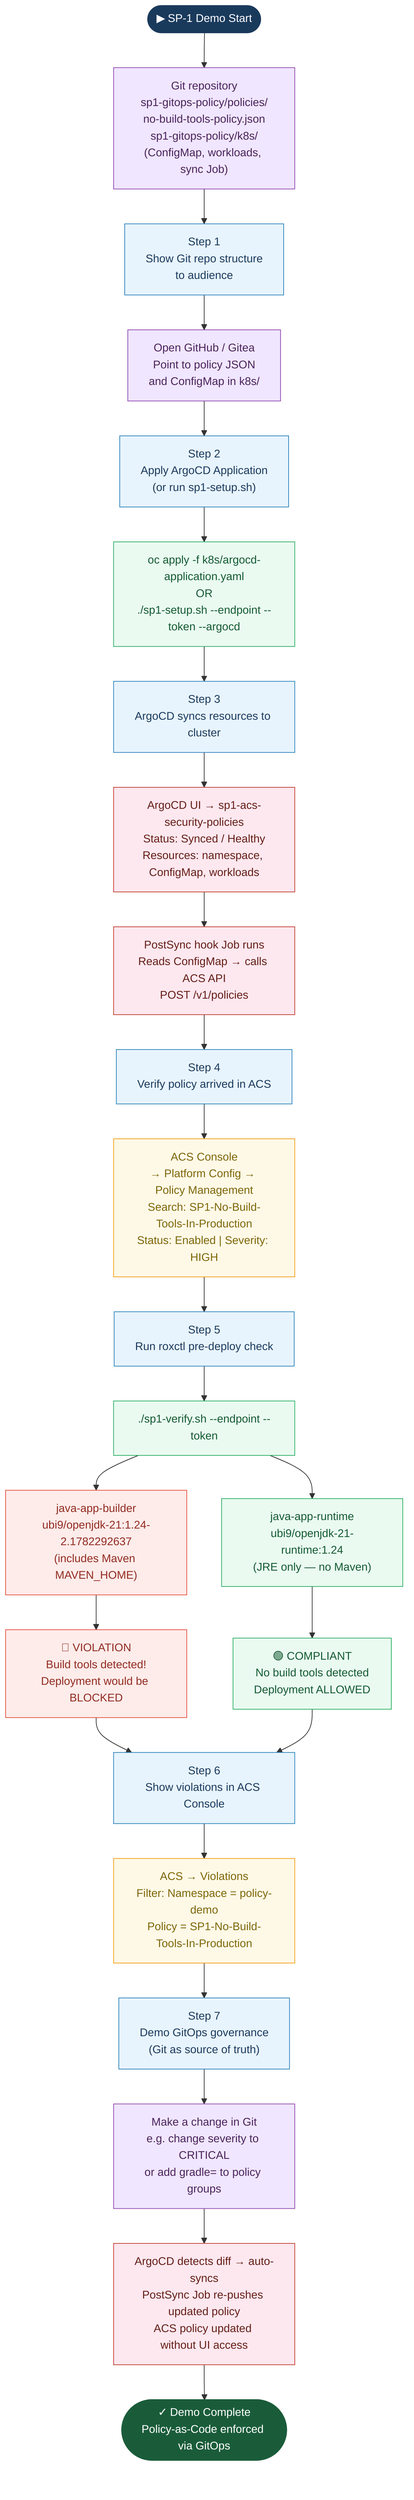
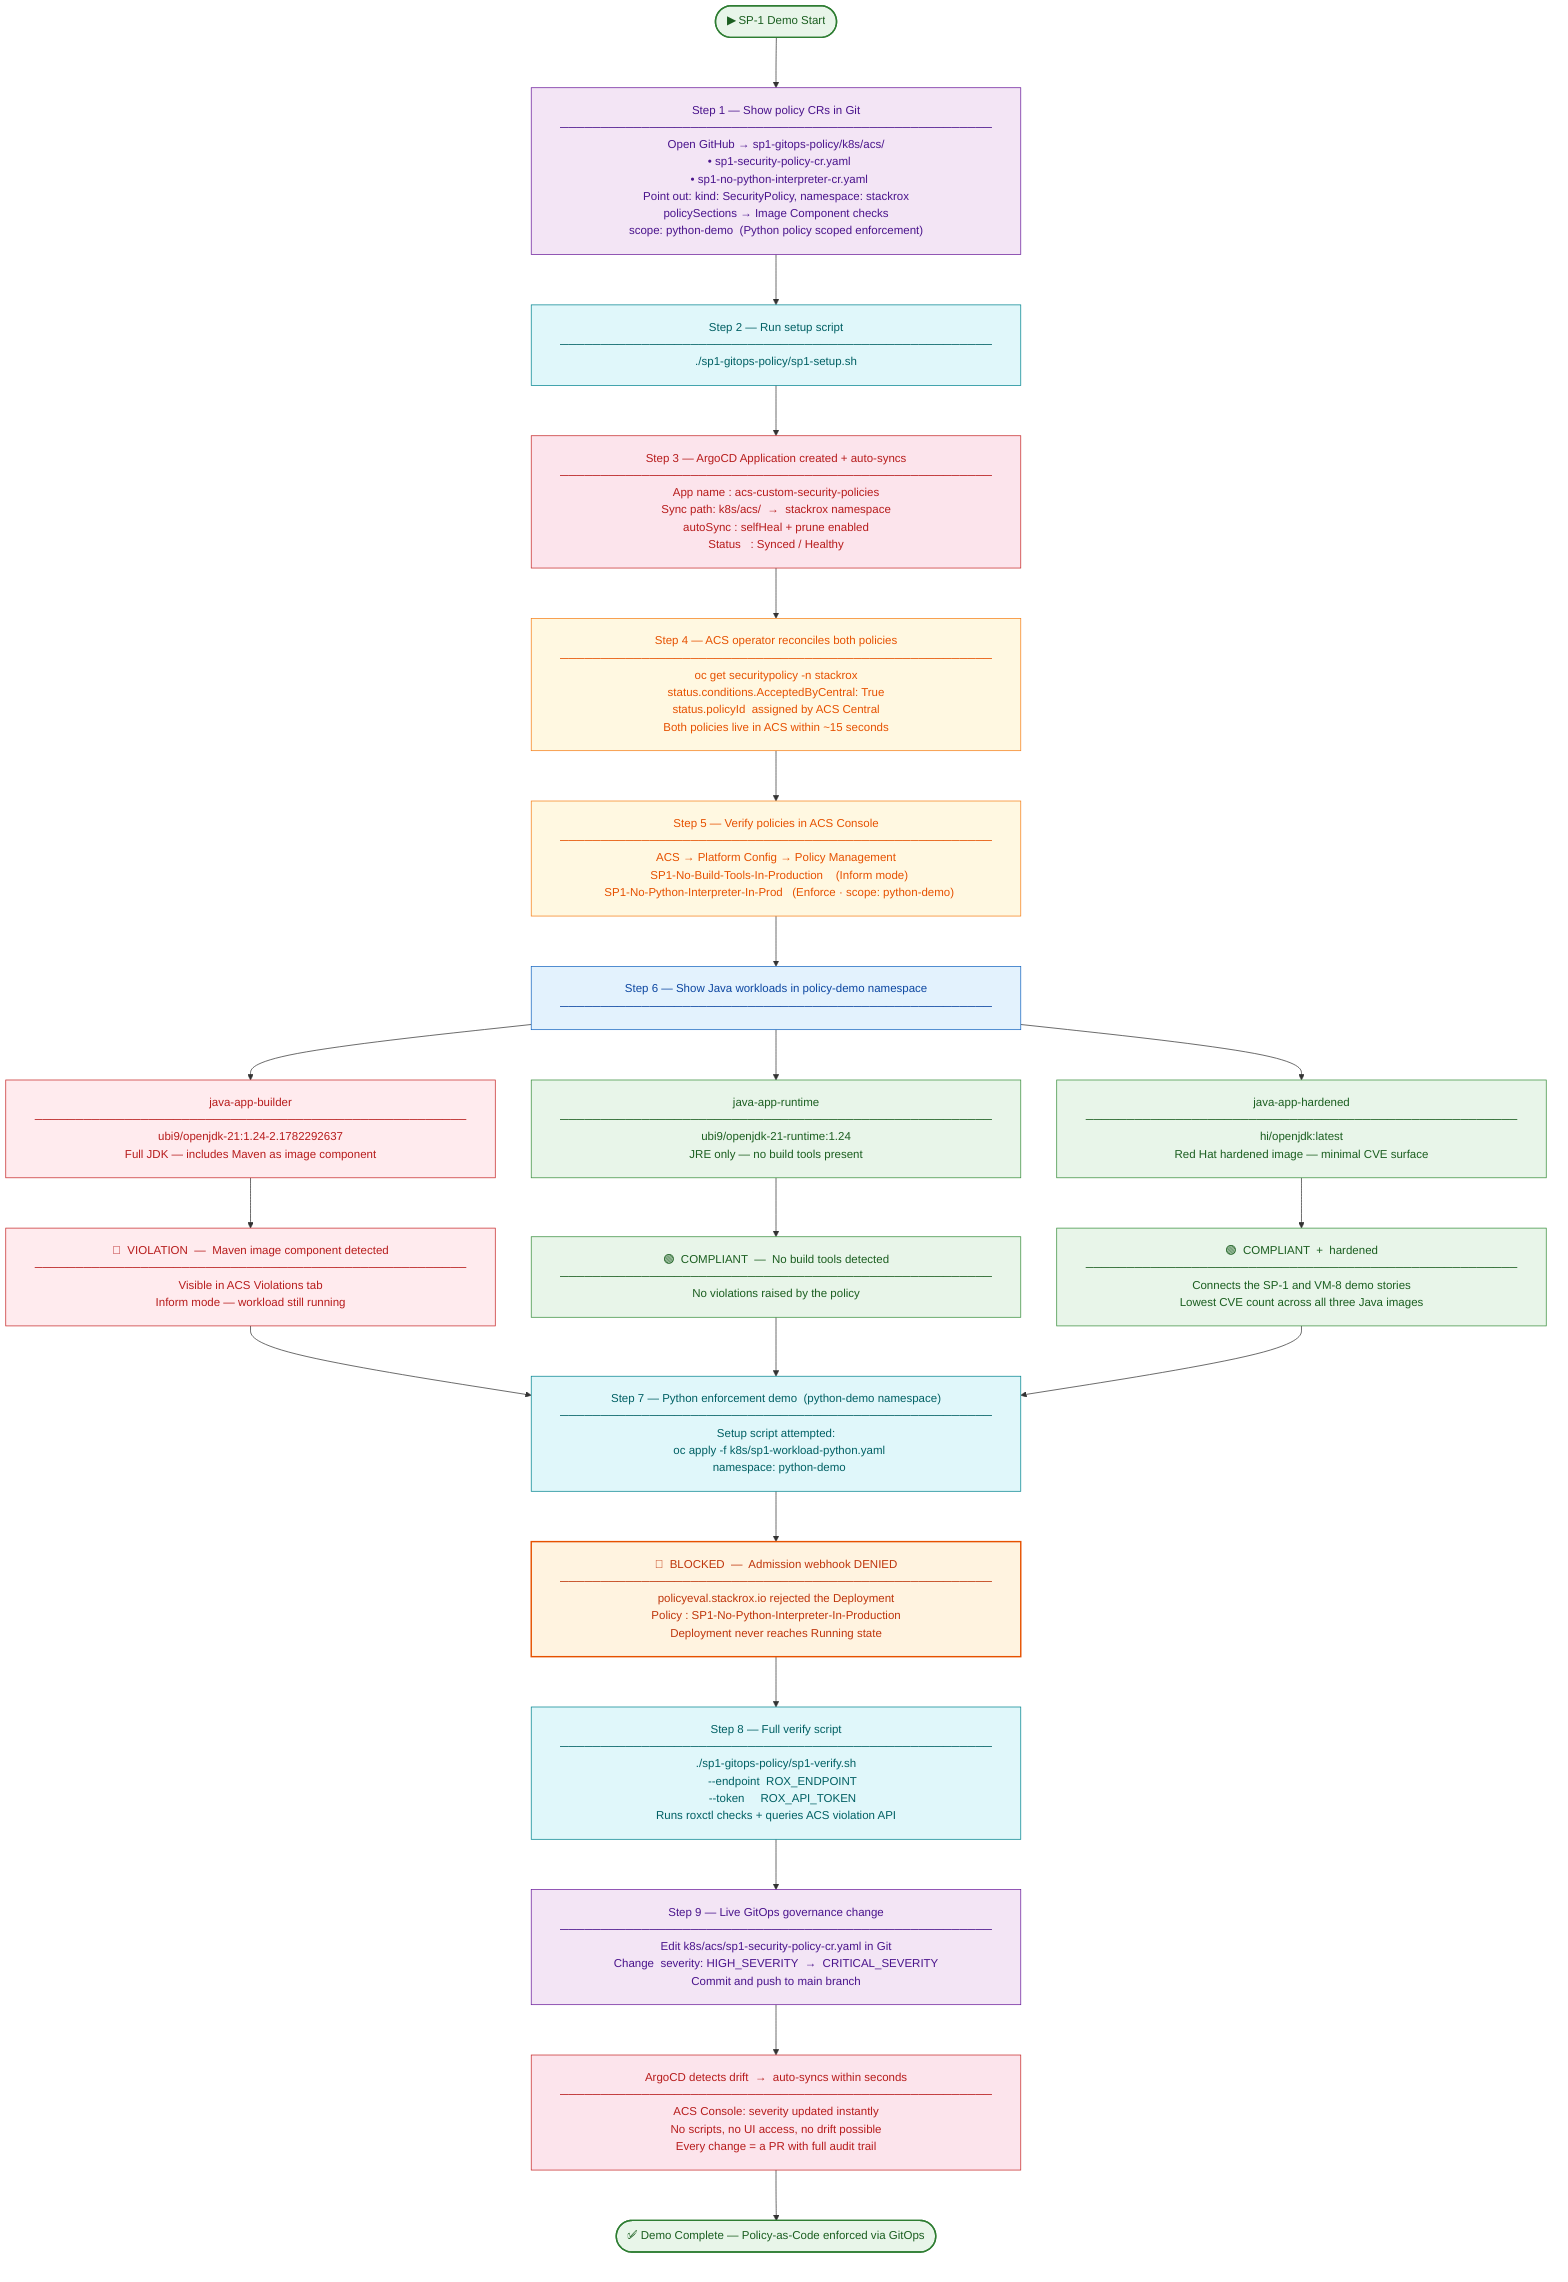
+ %%{init: {'flowchart': {'padding': 20, 'nodeSpacing': 50, 'rankSpacing': 70, 'wrappingWidth': 500}}}%%
flowchart TD
-     classDef start    fill:#1a3a5c,stroke:#1a3a5c,color:#ffffff
-     classDef step     fill:#e8f4fd,stroke:#2980b9,color:#1a3a5c
-     classDef script   fill:#eafaf1,stroke:#27ae60,color:#145a32
-     classDef acs      fill:#fef9e7,stroke:#f39c12,color:#7d6608
-     classDef git      fill:#f0e6ff,stroke:#8e44ad,color:#4a235a
-     classDef argocd   fill:#fde8f0,stroke:#c0392b,color:#641e16
-     classDef result   fill:#e8f8f5,stroke:#1abc9c,color:#0e6655
-     classDef violate  fill:#fdecea,stroke:#e74c3c,color:#922b21
-     classDef pass     fill:#eafaf1,stroke:#27ae60,color:#145a32
-     classDef done     fill:#1a5c3a,stroke:#1a5c3a,color:#ffffff
+     classDef start    fill:#e8f5e9,stroke:#2e7d32,color:#1b5e20,stroke-width:2px
+     classDef done     fill:#e8f5e9,stroke:#2e7d32,color:#1b5e20,stroke-width:2px
+     classDef step     fill:#e3f2fd,stroke:#1565c0,color:#0d47a1,stroke-width:1px
+     classDef script   fill:#e0f7fa,stroke:#00838f,color:#006064,stroke-width:1px
+     classDef acs      fill:#fff8e1,stroke:#f57f17,color:#e65100,stroke-width:1px
+     classDef git      fill:#f3e5f5,stroke:#6a1b9a,color:#4a148c,stroke-width:1px
+     classDef argocd   fill:#fce4ec,stroke:#c62828,color:#b71c1c,stroke-width:1px
+     classDef violate  fill:#ffebee,stroke:#c62828,color:#b71c1c,stroke-width:1px
+     classDef compliant fill:#e8f5e9,stroke:#388e3c,color:#1b5e20,stroke-width:1px
+     classDef blocked  fill:#fff3e0,stroke:#e65100,color:#bf360c,stroke-width:2px

-     START(["▶ SP-1 Demo Start"]):::start
+     START(["▶  SP-1 Demo Start"]):::start

-     G1["Git repository\nsp1-gitops-policy/policies/\nno-build-tools-policy.json\nsp1-gitops-policy/k8s/\n(ConfigMap, workloads, sync Job)"]:::git
+     S1["Step 1 — Show policy CRs in Git\n─────────────────────────────────────────────────────\nOpen GitHub → sp1-gitops-policy/k8s/acs/\n  • sp1-security-policy-cr.yaml\n  • sp1-no-python-interpreter-cr.yaml\nPoint out: kind: SecurityPolicy, namespace: stackrox\npolicySections → Image Component checks\nscope: python-demo  (Python policy scoped enforcement)"]:::git

-     S1["Step 1\nShow Git repo structure\nto audience"]:::step
-     S1A["Open GitHub / Gitea\nPoint to policy JSON\nand ConfigMap in k8s/"]:::git
+     S2["Step 2 — Run setup script\n─────────────────────────────────────────────────────\n./sp1-gitops-policy/sp1-setup.sh"]:::script

-     S2["Step 2\nApply ArgoCD Application\n(or run sp1-setup.sh)"]:::step
-     S2A["oc apply -f k8s/argocd-application.yaml\nOR\n./sp1-setup.sh --endpoint --token --argocd"]:::script
+     S3["Step 3 — ArgoCD Application created + auto-syncs\n─────────────────────────────────────────────────────\nApp name : acs-custom-security-policies\nSync path: k8s/acs/  →  stackrox namespace\nautoSync : selfHeal + prune enabled\nStatus   : Synced / Healthy"]:::argocd

-     S3["Step 3\nArgoCD syncs resources to cluster"]:::step
-     S3A["ArgoCD UI → sp1-acs-security-policies\nStatus: Synced / Healthy\nResources: namespace, ConfigMap, workloads"]:::argocd
-     S3B["PostSync hook Job runs\nReads ConfigMap → calls ACS API\nPOST /v1/policies"]:::argocd
+     S4["Step 4 — ACS operator reconciles both policies\n─────────────────────────────────────────────────────\noc get securitypolicy -n stackrox\nstatus.conditions.AcceptedByCentral: True\nstatus.policyId  assigned by ACS Central\nBoth policies live in ACS within ~15 seconds"]:::acs

-     S4["Step 4\nVerify policy arrived in ACS"]:::step
-     S4A["ACS Console\n→ Platform Config → Policy Management\nSearch: SP1-No-Build-Tools-In-Production\nStatus: Enabled | Severity: HIGH"]:::acs
+     S5["Step 5 — Verify policies in ACS Console\n─────────────────────────────────────────────────────\nACS → Platform Config → Policy Management\n  SP1-No-Build-Tools-In-Production    (Inform mode)\n  SP1-No-Python-Interpreter-In-Prod   (Enforce · scope: python-demo)"]:::acs

-     S5["Step 5\nRun roxctl pre-deploy check"]:::step
-     S5B["./sp1-verify.sh --endpoint --token"]:::script
+     S6["Step 6 — Show Java workloads in policy-demo namespace\n─────────────────────────────────────────────────────"]:::step

-     V1["java-app-builder\nubi9/openjdk-21:1.24-2.1782292637\n(includes Maven MAVEN_HOME)"]:::violate
-     V1R["🔴 VIOLATION\nBuild tools detected!\nDeployment would be BLOCKED"]:::violate
+     V1["java-app-builder\n─────────────────────────────────────────────────────\nubi9/openjdk-21:1.24-2.1782292637\nFull JDK — includes Maven as image component"]:::violate
+     V1R["🔴  VIOLATION  —  Maven image component detected\n─────────────────────────────────────────────────────\nVisible in ACS Violations tab\nInform mode — workload still running"]:::violate

-     V2["java-app-runtime\nubi9/openjdk-21-runtime:1.24\n(JRE only — no Maven)"]:::pass
-     V2R["🟢 COMPLIANT\nNo build tools detected\nDeployment ALLOWED"]:::pass
+     V2["java-app-runtime\n─────────────────────────────────────────────────────\nubi9/openjdk-21-runtime:1.24\nJRE only — no build tools present"]:::compliant
+     V2R["🟢  COMPLIANT  —  No build tools detected\n─────────────────────────────────────────────────────\nNo violations raised by the policy"]:::compliant

-     S6["Step 6\nShow violations in ACS Console"]:::step
-     S6A["ACS → Violations\nFilter: Namespace = policy-demo\nPolicy = SP1-No-Build-Tools-In-Production"]:::acs
+     V3["java-app-hardened\n─────────────────────────────────────────────────────\nhi/openjdk:latest\nRed Hat hardened image — minimal CVE surface"]:::compliant
+     V3R["🟢  COMPLIANT  +  hardened\n─────────────────────────────────────────────────────\nConnects the SP-1 and VM-8 demo stories\nLowest CVE count across all three Java images"]:::compliant

-     S7["Step 7\nDemo GitOps governance\n(Git as source of truth)"]:::step
-     S7A["Make a change in Git\ne.g. change severity to CRITICAL\nor add gradle= to policy groups"]:::git
-     S7B["ArgoCD detects diff → auto-syncs\nPostSync Job re-pushes updated policy\nACS policy updated without UI access"]:::argocd
+     S7["Step 7 — Python enforcement demo  (python-demo namespace)\n─────────────────────────────────────────────────────\nSetup script attempted:\n  oc apply -f k8s/sp1-workload-python.yaml\n  namespace: python-demo"]:::script

-     DONE(["✓ Demo Complete\nPolicy-as-Code enforced via GitOps"]):::done
+     S7B["🚫  BLOCKED  —  Admission webhook DENIED\n─────────────────────────────────────────────────────\npolicyeval.stackrox.io rejected the Deployment\nPolicy : SP1-No-Python-Interpreter-In-Production\nDeployment never reaches Running state"]:::blocked

-     START --> G1 --> S1 --> S1A --> S2 --> S2A --> S3
-     S3 --> S3A --> S3B --> S4 --> S4A --> S5 --> S5B
-     S5B --> V1 --> V1R
-     S5B --> V2 --> V2R
-     V1R --> S6
-     V2R --> S6
-     S6 --> S6A --> S7 --> S7A --> S7B --> DONE
+     S8["Step 8 — Full verify script\n─────────────────────────────────────────────────────\n./sp1-gitops-policy/sp1-verify.sh\n    --endpoint  ROX_ENDPOINT\n    --token     ROX_API_TOKEN\nRuns roxctl checks + queries ACS violation API"]:::script
+ 
+     S9["Step 9 — Live GitOps governance change\n─────────────────────────────────────────────────────\nEdit k8s/acs/sp1-security-policy-cr.yaml in Git\nChange  severity: HIGH_SEVERITY  →  CRITICAL_SEVERITY\nCommit and push to main branch"]:::git
+ 
+     S9B["ArgoCD detects drift  →  auto-syncs within seconds\n─────────────────────────────────────────────────────\nACS Console: severity updated instantly\nNo scripts, no UI access, no drift possible\nEvery change = a PR with full audit trail"]:::argocd
+ 
+     DONE(["✅  Demo Complete  —  Policy-as-Code enforced via GitOps"]):::done
+ 
+     START --> S1 --> S2 --> S3 --> S4 --> S5 --> S6
+     S6 --> V1 --> V1R
+     S6 --> V2 --> V2R
+     S6 --> V3 --> V3R
+     V1R --> S7
+     V2R --> S7
+     V3R --> S7
+     S7 --> S7B --> S8 --> S9 --> S9B --> DONE
